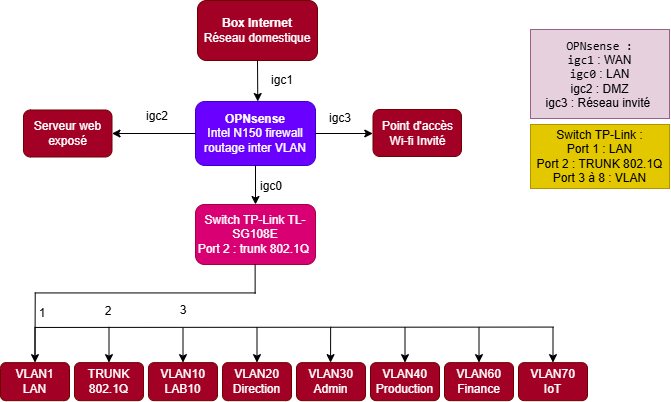
Earlier version of the draw.io export Schéma Lab perso.drawio.png (lilianP-57/laboratoire-personnel-s-curit--r-seau). Source tidied: cells renumbered, new cells last; positions are measured from the earlier drawing's top-left corner, leaving out a move shared by most shapes.
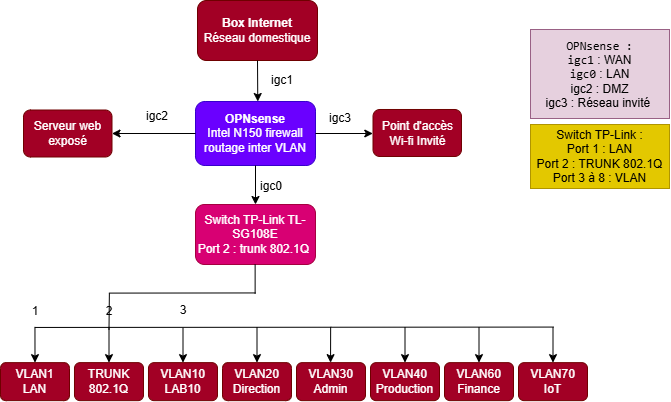
Later version of the same file.

Commit message:
Mettre à jour Schéma Lab perso.drawio.png

Change to the diagram source:
```diff
@@ -117,7 +117,7 @@
       <mxGeometry x="530" y="124" width="139" height="64" as="geometry" />
     </mxCell>
     <mxCell id="33" value="1" style="text;html=1;whiteSpace=wrap;strokeColor=none;fillColor=none;align=center;verticalAlign=middle;rounded=0;" parent="1" vertex="1">
-      <mxGeometry x="12" y="298" width="60" height="30" as="geometry" />
+      <mxGeometry x="4.5" y="296" width="60" height="30" as="geometry" />
     </mxCell>
     <mxCell id="34" value="2" style="text;html=1;whiteSpace=wrap;strokeColor=none;fillColor=none;align=center;verticalAlign=middle;rounded=0;" parent="1" vertex="1">
       <mxGeometry x="78.5" y="296" width="60" height="30" as="geometry" />
@@ -136,14 +136,14 @@
     <mxCell id="38" style="endArrow=none;html=1;rounded=0;defaultLabelBackgroundColor=page;" parent="1" edge="1">
       <mxGeometry relative="1" as="geometry">
         <mxPoint x="254.9" y="292.4" as="sourcePoint" />
-        <mxPoint x="34.4" y="292.4" as="targetPoint" />
+        <mxPoint x="108.4" y="292.6" as="targetPoint" />
       </mxGeometry>
     </mxCell>
-    <mxCell id="39" style="endArrow=none;html=1;rounded=0;defaultLabelBackgroundColor=page;" parent="1" edge="1">
-      <mxGeometry relative="1" as="geometry">
-        <mxPoint x="34.5" y="354.9" as="sourcePoint" />
-        <mxPoint x="34.7" y="292.2" as="targetPoint" />
-      </mxGeometry>
-    </mxCell>
+    <mxCell id="40" style="endArrow=none;html=1;rounded=0;defaultLabelBackgroundColor=page;entryX=0.5;entryY=1;entryDx=0;entryDy=0;" parent="1" edge="1">
+      <mxGeometry relative="1" as="geometry">
+        <mxPoint x="108.9" y="292.7" as="sourcePoint" />
+        <mxPoint x="108.5" y="329" as="targetPoint" />
+      </mxGeometry>
+    </mxCell>
   </root>
 </mxGraphModel>
```
